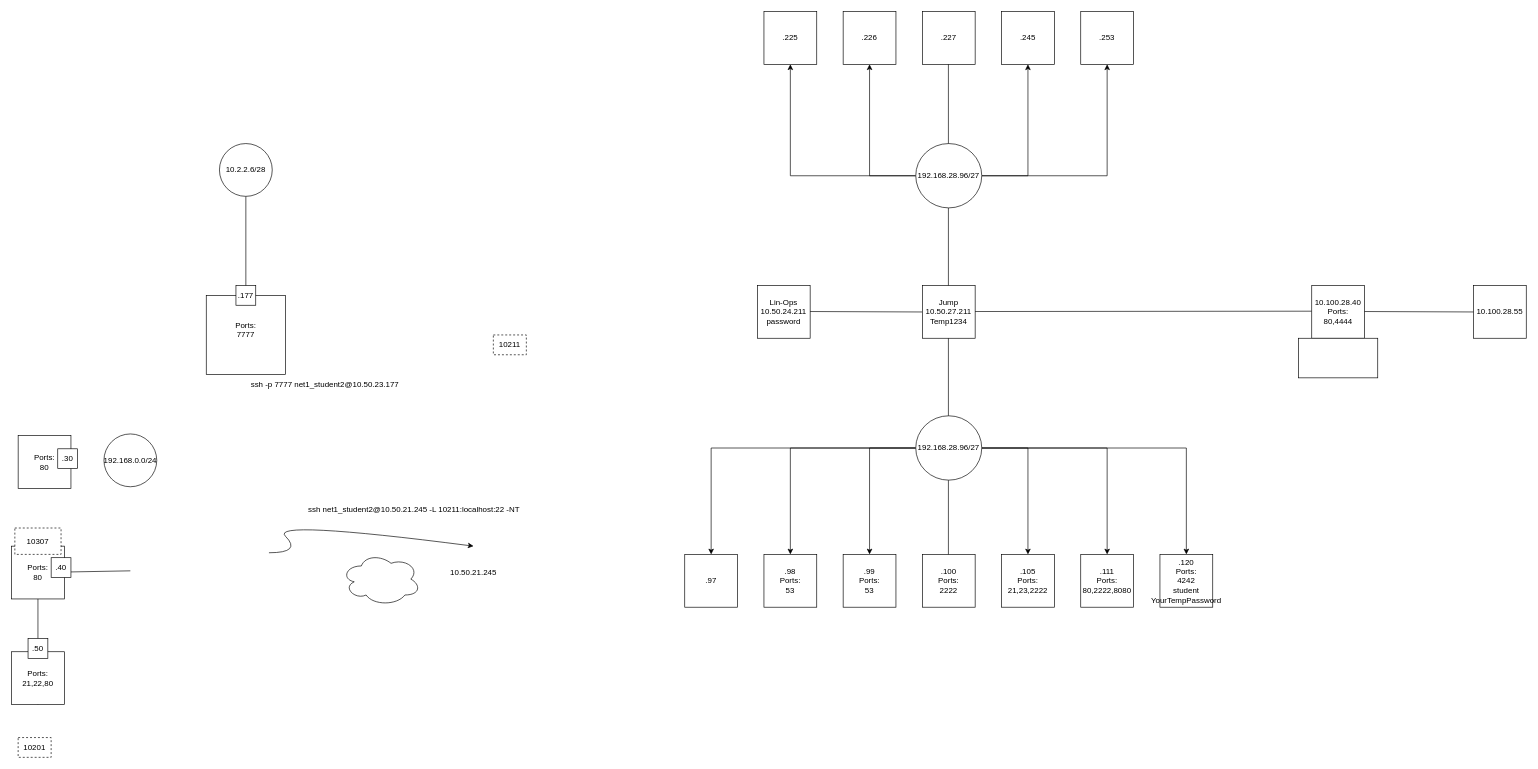
This is Security_Map.drawio from AmericanFrench/BLOG, a draw.io file, before an edit. Source tidied: cells renumbered, new cells numbered last; positions are measured from the earlier drawing's top-left corner, leaving out a move shared by most shapes. Both pictures are drawn from the tidied source at 66%, with x=0, y=0 at pixel (11, 11).
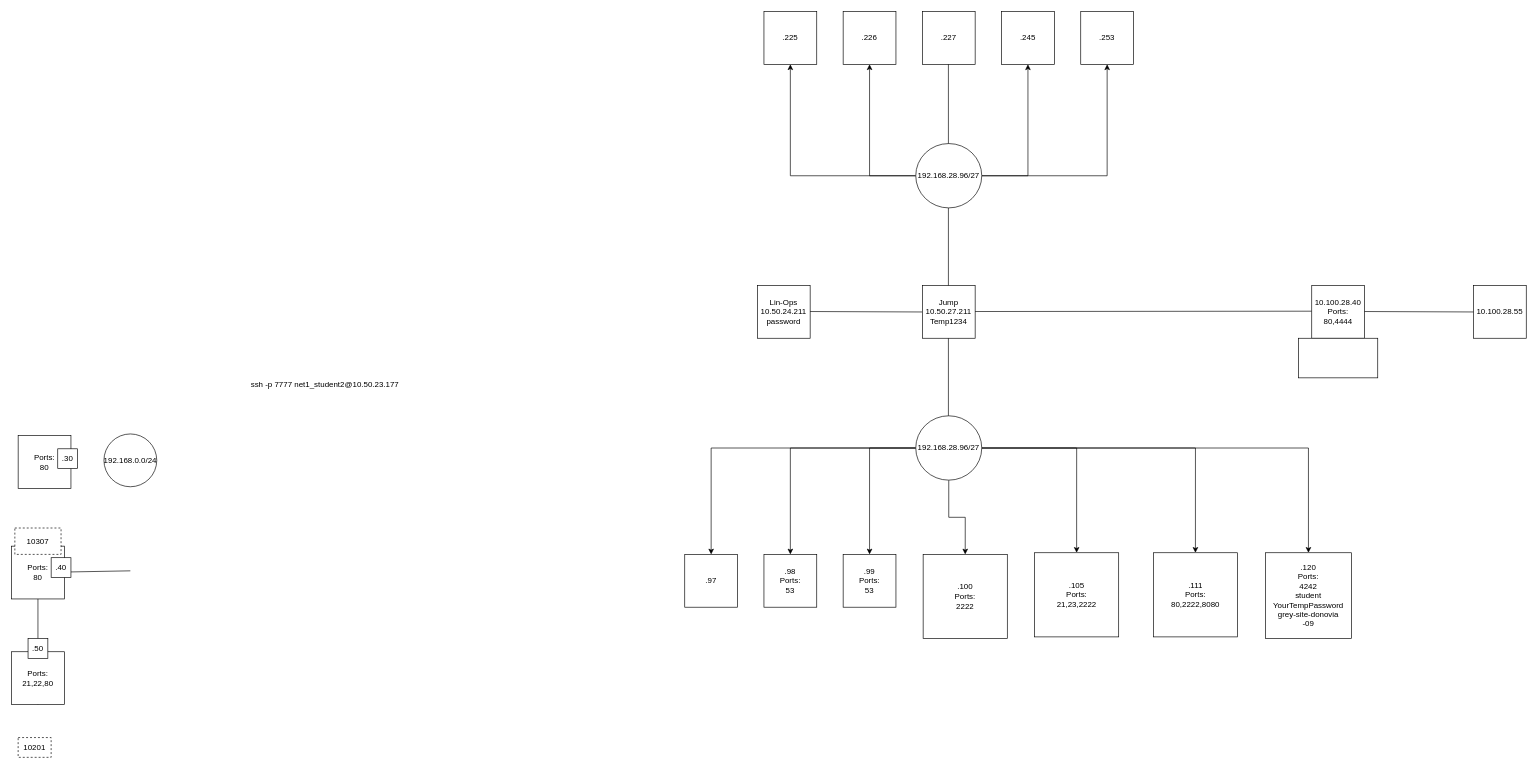
The same diagram, later.

The change refers to these unchanged cells:
```xml
<mxCell id="38" value="192.168.28.96/27" style="ellipse;whiteSpace=wrap;html=1;" parent="1" vertex="1">
  <mxGeometry x="1370" y="612.5" width="100" height="97.5" as="geometry" />
</mxCell>
```

Diff of the diagram source:
```diff
@@
-    <mxCell id="2" style="endArrow=none;html=1;rounded=0;" parent="1" edge="1">
-      <mxGeometry x="0.86" y="445" relative="1" as="geometry">
-        <mxPoint x="1419.5" y="827.5" as="sourcePoint" />
-        <mxPoint x="1419.5" y="707.5" as="targetPoint" />
-      </mxGeometry>
-    </mxCell>
@@
-    <mxCell id="7" value="10.50.21.245" style="text;html=1;strokeColor=none;fillColor=none;align=center;verticalAlign=middle;whiteSpace=wrap;rounded=0;" parent="1" vertex="1">
-      <mxGeometry x="670" y="835" width="60" height="30" as="geometry" />
-    </mxCell>
@@
-    <mxCell id="20" style="ellipse;shape=cloud;whiteSpace=wrap;html=1;" parent="1" vertex="1">
-      <mxGeometry x="500" y="820" width="120" height="80" as="geometry" />
-    </mxCell>
-    <mxCell id="21" value="10211" style="rounded=0;whiteSpace=wrap;html=1;dashed=1;" parent="1" vertex="1">
-      <mxGeometry x="730" y="490" width="50" height="30" as="geometry" />
-    </mxCell>
-    <mxCell id="22" style="curved=1;endArrow=classic;html=1;rounded=0;" parent="1" edge="1">
-      <mxGeometry relative="1" as="geometry">
-        <mxPoint x="390" y="820" as="sourcePoint" />
-        <mxPoint x="700" y="810" as="targetPoint" />
-        <Array as="points">
-          <mxPoint x="440" y="820" />
-          <mxPoint x="390" y="770" />
-        </Array>
-      </mxGeometry>
-    </mxCell>
-    <mxCell id="23" value="ssh net1_student2@10.50.21.245 -L 10211:localhost:22 -NT" style="text;html=1;strokeColor=none;fillColor=none;align=center;verticalAlign=middle;whiteSpace=wrap;rounded=0;" parent="1" vertex="1">
-      <mxGeometry x="395" y="740" width="430" height="30" as="geometry" />
-    </mxCell>
-    <mxCell id="24" style="endArrow=none;html=1;rounded=0;startArrow=none;" parent="1" edge="1" source="28">
-      <mxGeometry relative="1" as="geometry">
-        <mxPoint x="355" y="429.2" as="targetPoint" />
-      </mxGeometry>
-    </mxCell>
-    <mxCell id="25" value="&lt;div&gt;Ports:&lt;/div&gt;&lt;div&gt;7777&lt;br&gt;&lt;/div&gt;&lt;div&gt;&lt;br&gt;&lt;/div&gt;" style="whiteSpace=wrap;html=1;" parent="1" vertex="1">
-      <mxGeometry x="295" y="430" width="120" height="120" as="geometry" />
-    </mxCell>
-    <mxCell id="26" value=".177" style="rounded=0;whiteSpace=wrap;html=1;" parent="1" vertex="1">
-      <mxGeometry x="340" y="415" width="30" height="30" as="geometry" />
-    </mxCell>
@@
-    <mxCell id="28" value="10.2.2.6/28" style="ellipse;whiteSpace=wrap;html=1;" parent="1" vertex="1">
-      <mxGeometry x="315" y="200" width="80" height="80" as="geometry" />
-    </mxCell>
@@
+    <mxCell id="63" style="edgeStyle=orthogonalEdgeStyle;rounded=0;jettySize=auto;html=1;entryX=0.5;entryY=0;entryDx=0;entryDy=0;" parent="1" edge="1" source="38" target="39">
+      <mxGeometry relative="1" as="geometry" />
+    </mxCell>
@@
     <mxCell id="39" value="&lt;div&gt;.100&lt;/div&gt;&lt;div&gt;Ports:&lt;br&gt;&lt;/div&gt;2222" style="whiteSpace=wrap;html=1;" parent="1" vertex="1">
-      <mxGeometry x="1380" y="822.5" width="80" height="80" as="geometry" />
+      <mxGeometry x="1381.2" y="822.5" width="127.5" height="127.5" as="geometry" />
     </mxCell>
-    <mxCell id="40" value="&lt;div&gt;.120&lt;/div&gt;&lt;div&gt;Ports:&lt;/div&gt;&lt;div&gt;4242&lt;/div&gt;&lt;div&gt;student&lt;/div&gt;&lt;div&gt;YourTempPassword&lt;br&gt;&lt;/div&gt;" style="whiteSpace=wrap;html=1;" parent="1" vertex="1">
-      <mxGeometry x="1740" y="822.5" width="80" height="80" as="geometry" />
+    <mxCell id="40" value="&lt;div&gt;.120&lt;/div&gt;&lt;div&gt;Ports:&lt;/div&gt;&lt;div&gt;4242&lt;/div&gt;&lt;div&gt;student&lt;/div&gt;&lt;div&gt;YourTempPassword&lt;/div&gt;&lt;div&gt;grey-site-donovia&lt;br&gt;&lt;/div&gt;-09" style="whiteSpace=wrap;html=1;" parent="1" vertex="1">
+      <mxGeometry x="1900" y="820" width="130" height="130" as="geometry" />
     </mxCell>
     <mxCell id="41" value="&lt;div&gt;.111&lt;/div&gt;&lt;div&gt;Ports:&lt;/div&gt;&lt;div&gt;80,2222,8080&lt;br&gt;&lt;/div&gt;" style="whiteSpace=wrap;html=1;" parent="1" vertex="1">
-      <mxGeometry x="1620" y="822.5" width="80" height="80" as="geometry" />
+      <mxGeometry x="1730" y="820" width="127.5" height="127.5" as="geometry" />
     </mxCell>
     <mxCell id="42" value="&lt;div&gt;.105&lt;/div&gt;&lt;div&gt;Ports:&lt;/div&gt;&lt;div&gt;21,23,2222&lt;br&gt;&lt;/div&gt;" style="whiteSpace=wrap;html=1;" parent="1" vertex="1">
-      <mxGeometry x="1500" y="822.5" width="80" height="80" as="geometry" />
+      <mxGeometry x="1550" y="820" width="127.5" height="127.5" as="geometry" />
     </mxCell>
```
